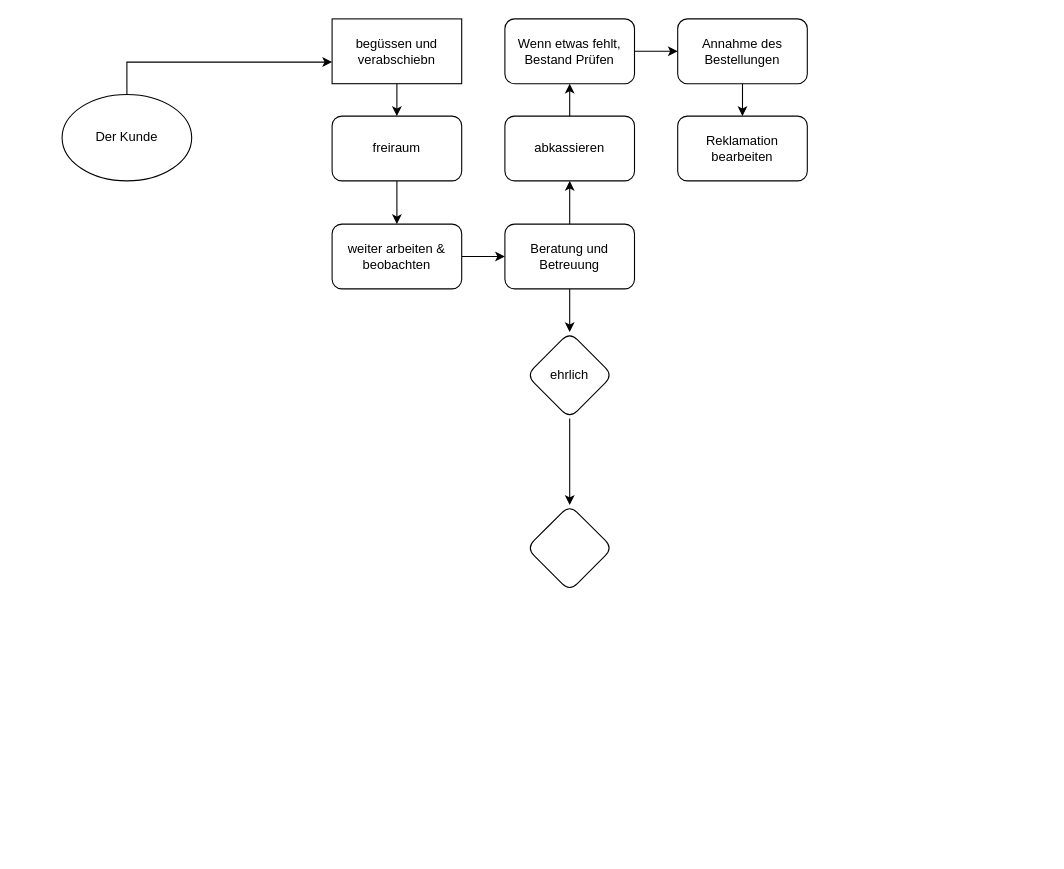
mttbas/DataStructureAlgorithm keeps this draw.io diagram as Untitled Diagram.drawio. Above is the earlier version. Source tidied: cells renumbered, new cells numbered last; positions are measured from the earlier drawing's top-left corner, leaving out a move shared by most shapes. Both pictures are drawn from the tidied source at 108%, with x=0, y=0 at pixel (62, 18).
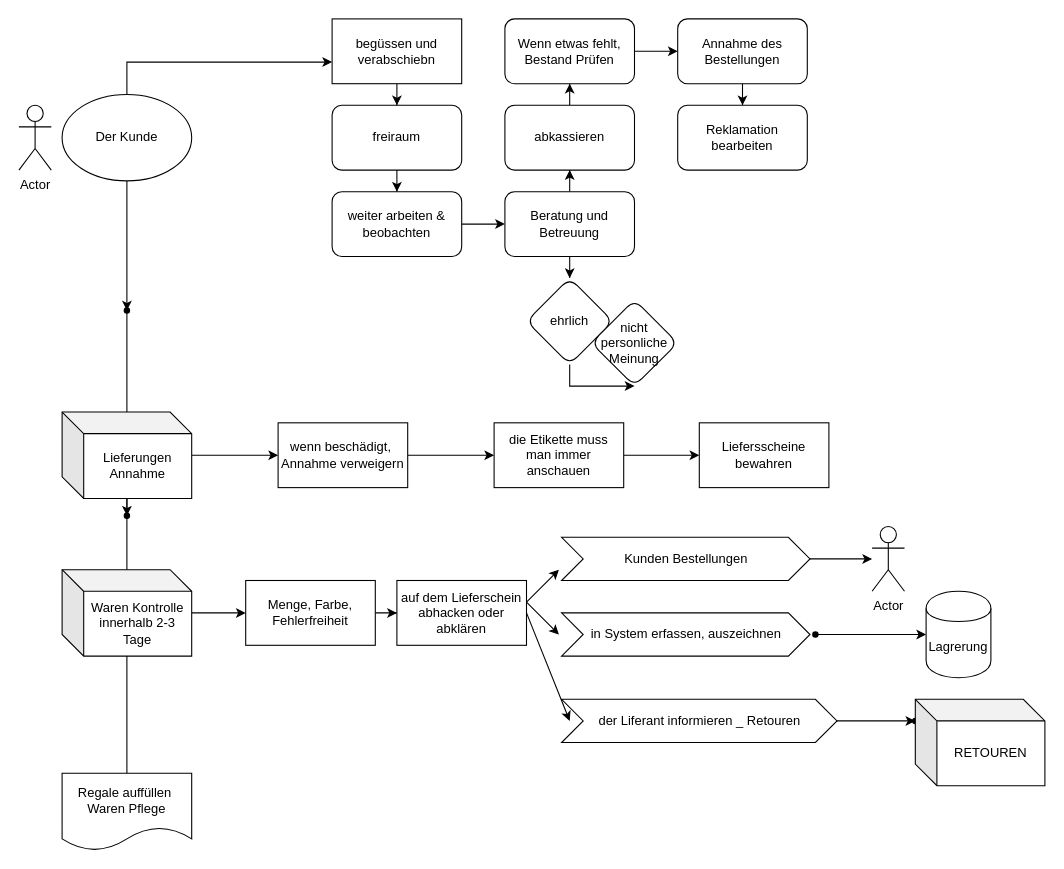
After the change.

Unchanged cells that the change refers to:
```xml
<mxCell id="3" value="Der Kunde" style="ellipse;whiteSpace=wrap;html=1;rotation=0;" parent="1" vertex="1">
  <mxGeometry y="70" width="120" height="80" as="geometry" />
</mxCell>
```

What changed in the source:
```diff
@@
+    <mxCell id="23" style="edgeStyle=orthogonalEdgeStyle;rounded=0;jettySize=auto;html=1;" parent="1" edge="1" source="3" target="28">
+      <mxGeometry relative="1" as="geometry" />
+    </mxCell>
@@
     <mxCell id="5" value="freiraum" style="rounded=1;whiteSpace=wrap;html=1;" parent="1" vertex="1">
-      <mxGeometry x="250" y="90" width="120" height="60" as="geometry" />
+      <mxGeometry x="250" y="80" width="120" height="60" as="geometry" />
     </mxCell>
@@
     <mxCell id="10" value="Beratung und&lt;br&gt;Betreuung" style="rounded=1;whiteSpace=wrap;html=1;" parent="1" vertex="1">
-      <mxGeometry x="410" y="190" width="120" height="60" as="geometry" />
+      <mxGeometry x="410" y="160" width="120" height="60" as="geometry" />
     </mxCell>
@@
     <mxCell id="12" value="abkassieren" style="rounded=1;whiteSpace=wrap;html=1;" parent="1" vertex="1">
-      <mxGeometry x="410" y="90" width="120" height="60" as="geometry" />
+      <mxGeometry x="410" y="80" width="120" height="60" as="geometry" />
     </mxCell>
@@
     <mxCell id="16" value="weiter arbeiten &amp;amp;&lt;br&gt;beobachten" style="rounded=1;whiteSpace=wrap;html=1;" parent="1" vertex="1">
-      <mxGeometry x="250" y="190" width="120" height="60" as="geometry" />
+      <mxGeometry x="250" y="160" width="120" height="60" as="geometry" />
     </mxCell>
@@
     <mxCell id="19" value="Reklamation bearbeiten" style="rounded=1;whiteSpace=wrap;html=1;" parent="1" vertex="1">
-      <mxGeometry x="570" y="90" width="120" height="60" as="geometry" />
+      <mxGeometry x="570" y="80" width="120" height="60" as="geometry" />
     </mxCell>
-    <mxCell id="20" style="edgeStyle=orthogonalEdgeStyle;rounded=0;jettySize=auto;html=1;" parent="1" edge="1" source="21" target="22">
-      <mxGeometry relative="1" as="geometry" />
-    </mxCell>
+    <mxCell id="24" style="edgeStyle=orthogonalEdgeStyle;rounded=0;jettySize=auto;html=1;" parent="1" edge="1" source="21" target="25">
+      <mxGeometry relative="1" as="geometry" />
+    </mxCell>
     <mxCell id="21" value="ehrlich" style="rhombus;whiteSpace=wrap;html=1;rounded=1;" parent="1" vertex="1">
-      <mxGeometry x="430" y="290" width="80" height="80" as="geometry" />
+      <mxGeometry x="430" y="240" width="80" height="80" as="geometry" />
     </mxCell>
-    <mxCell id="22" style="rhombus;whiteSpace=wrap;html=1;rounded=1;" parent="1" vertex="1">
-      <mxGeometry x="430" y="450" width="80" height="80" as="geometry" />
-    </mxCell>
+    <mxCell id="25" value="nicht personliche Meinung" style="rhombus;whiteSpace=wrap;html=1;rounded=1;" parent="1" vertex="1">
+      <mxGeometry x="490" y="260" width="80" height="80" as="geometry" />
+    </mxCell>
+    <mxCell id="26" value="Actor" style="shape=umlActor;verticalLabelPosition=bottom;verticalAlign=top;html=1;" parent="1" vertex="1">
+      <mxGeometry x="-40" y="80" width="30" height="60" as="geometry" />
+    </mxCell>
+    <mxCell id="27" style="edgeStyle=orthogonalEdgeStyle;rounded=0;jettySize=auto;html=1;" parent="1" edge="1" source="28" target="29">
+      <mxGeometry relative="1" as="geometry" />
+    </mxCell>
+    <mxCell id="28" style="shape=waypoint;size=6;points=[];fillColor=#ffffff;perimeter=centerPerimeter;snapToPoint=1;" parent="1" vertex="1">
+      <mxGeometry x="40" y="250" width="40" height="40" as="geometry" />
+    </mxCell>
+    <mxCell id="29" style="shape=waypoint;size=6;points=[];fillColor=#ffffff;perimeter=centerPerimeter;snapToPoint=1;" parent="1" vertex="1">
+      <mxGeometry x="40" y="440" width="40" height="40" as="geometry" />
+    </mxCell>
+    <mxCell id="30" style="edgeStyle=orthogonalEdgeStyle;rounded=0;jettySize=auto;html=1;" parent="1" edge="1" source="32" target="33">
+      <mxGeometry relative="1" as="geometry" />
+    </mxCell>
+    <mxCell id="31" style="edgeStyle=orthogonalEdgeStyle;rounded=0;jettySize=auto;html=1;" parent="1" edge="1" source="32" target="35">
+      <mxGeometry relative="1" as="geometry" />
+    </mxCell>
+    <mxCell id="32" value="Lieferungen Annahme" style="shape=cube;whiteSpace=wrap;html=1;boundedLbl=1;backgroundOutline=1;darkOpacity=0.05;darkOpacity2=0.1;" parent="1" vertex="1">
+      <mxGeometry y="364" width="120" height="80" as="geometry" />
+    </mxCell>
+    <mxCell id="33" style="shape=waypoint;size=6;points=[];fillColor=#ffffff;perimeter=centerPerimeter;snapToPoint=1;" parent="1" vertex="1">
+      <mxGeometry x="40" y="710" width="40" height="40" as="geometry" />
+    </mxCell>
+    <mxCell id="34" style="edgeStyle=orthogonalEdgeStyle;rounded=0;jettySize=auto;html=1;" parent="1" edge="1" source="35" target="37">
+      <mxGeometry relative="1" as="geometry" />
+    </mxCell>
+    <mxCell id="35" value="wenn beschädigt,&amp;nbsp;&lt;br&gt;Annahme verweigern" style="whiteSpace=wrap;html=1;" parent="1" vertex="1">
+      <mxGeometry x="200" y="374" width="120" height="60" as="geometry" />
+    </mxCell>
+    <mxCell id="36" style="edgeStyle=orthogonalEdgeStyle;rounded=0;jettySize=auto;html=1;" parent="1" edge="1" source="37" target="38">
+      <mxGeometry relative="1" as="geometry" />
+    </mxCell>
+    <mxCell id="37" value="die Etikette muss man immer anschauen" style="whiteSpace=wrap;html=1;" parent="1" vertex="1">
+      <mxGeometry x="400" y="374" width="120" height="60" as="geometry" />
+    </mxCell>
+    <mxCell id="38" value="Liefersscheine bewahren" style="whiteSpace=wrap;html=1;" parent="1" vertex="1">
+      <mxGeometry x="590" y="374" width="120" height="60" as="geometry" />
+    </mxCell>
+    <mxCell id="39" style="edgeStyle=orthogonalEdgeStyle;rounded=0;jettySize=auto;html=1;" parent="1" edge="1" source="40" target="42">
+      <mxGeometry relative="1" as="geometry" />
+    </mxCell>
+    <mxCell id="40" value="Waren Kontrolle&lt;br&gt;innerhalb 2-3 Tage" style="shape=cube;whiteSpace=wrap;html=1;boundedLbl=1;backgroundOutline=1;darkOpacity=0.05;darkOpacity2=0.1;" parent="1" vertex="1">
+      <mxGeometry y="510" width="120" height="80" as="geometry" />
+    </mxCell>
+    <mxCell id="41" style="edgeStyle=orthogonalEdgeStyle;rounded=0;jettySize=auto;html=1;" parent="1" edge="1" source="42" target="43">
+      <mxGeometry relative="1" as="geometry" />
+    </mxCell>
+    <mxCell id="42" value="Menge, Farbe, Fehlerfreiheit" style="whiteSpace=wrap;html=1;" parent="1" vertex="1">
+      <mxGeometry x="170" y="520" width="120" height="60" as="geometry" />
+    </mxCell>
+    <mxCell id="43" value="auf dem Lieferschein abhacken oder abklären" style="whiteSpace=wrap;html=1;" parent="1" vertex="1">
+      <mxGeometry x="310" y="520" width="120" height="60" as="geometry" />
+    </mxCell>
+    <mxCell id="44" style="edgeStyle=orthogonalEdgeStyle;rounded=0;jettySize=auto;html=1;" parent="1" edge="1" source="45" target="47">
+      <mxGeometry relative="1" as="geometry" />
+    </mxCell>
+    <mxCell id="45" style="shape=waypoint;size=6;points=[];fillColor=#ffffff;perimeter=centerPerimeter;snapToPoint=1;" parent="1" vertex="1">
+      <mxGeometry x="677.5" y="550" width="40" height="40" as="geometry" />
+    </mxCell>
+    <mxCell id="46" style="endArrow=classic;html=1;" parent="1" edge="1">
+      <mxGeometry relative="1" as="geometry">
+        <mxPoint x="430" y="540" as="sourcePoint" />
+        <mxPoint x="460" y="570" as="targetPoint" />
+      </mxGeometry>
+    </mxCell>
+    <mxCell id="47" value="Lagrerung" style="shape=cylinder;whiteSpace=wrap;html=1;boundedLbl=1;backgroundOutline=1;" parent="1" vertex="1">
+      <mxGeometry x="800" y="530" width="60" height="80" as="geometry" />
+    </mxCell>
+    <mxCell id="48" value="in System erfassen, auszeichnen" style="shape=step;perimeter=stepPerimeter;whiteSpace=wrap;html=1;fixedSize=1;" parent="1" vertex="1">
+      <mxGeometry x="462.5" y="550" width="230" height="40" as="geometry" />
+    </mxCell>
+    <mxCell id="49" style="endArrow=classic;html=1;" parent="1" edge="1">
+      <mxGeometry relative="1" as="geometry">
+        <mxPoint x="430" y="540" as="sourcePoint" />
+        <mxPoint x="460" y="510" as="targetPoint" />
+      </mxGeometry>
+    </mxCell>
+    <mxCell id="50" style="edgeStyle=orthogonalEdgeStyle;rounded=0;jettySize=auto;html=1;" parent="1" edge="1" source="51" target="57">
+      <mxGeometry relative="1" as="geometry" />
+    </mxCell>
+    <mxCell id="51" value="der Liferant informieren _ Retouren" style="shape=step;perimeter=stepPerimeter;whiteSpace=wrap;html=1;fixedSize=1;" parent="1" vertex="1">
+      <mxGeometry x="462.5" y="630" width="255" height="40" as="geometry" />
+    </mxCell>
+    <mxCell id="52" value="Regale auffüllen&amp;nbsp;&lt;br&gt;Waren Pflege" style="shape=document;whiteSpace=wrap;html=1;boundedLbl=1;" parent="1" vertex="1">
+      <mxGeometry y="698.5" width="120" height="71.5" as="geometry" />
+    </mxCell>
+    <mxCell id="53" style="edgeStyle=orthogonalEdgeStyle;rounded=0;jettySize=auto;html=1;" parent="1" edge="1" source="54">
+      <mxGeometry relative="1" as="geometry">
+        <mxPoint x="750" y="500" as="targetPoint" />
+      </mxGeometry>
+    </mxCell>
+    <mxCell id="54" value="Kunden Bestellungen" style="shape=step;perimeter=stepPerimeter;whiteSpace=wrap;html=1;fixedSize=1;" parent="1" vertex="1">
+      <mxGeometry x="462.5" y="480" width="230" height="40" as="geometry" />
+    </mxCell>
+    <mxCell id="55" value="Actor" style="shape=umlActor;verticalLabelPosition=bottom;verticalAlign=top;html=1;" parent="1" vertex="1">
+      <mxGeometry x="750" y="470" width="30" height="60" as="geometry" />
+    </mxCell>
+    <mxCell id="56" style="endArrow=classic;html=1;exitX=1;exitY=0.5;exitDx=0;exitDy=0;" parent="1" edge="1" source="43">
+      <mxGeometry relative="1" as="geometry">
+        <mxPoint x="470" y="650" as="targetPoint" />
+      </mxGeometry>
+    </mxCell>
+    <mxCell id="57" style="shape=waypoint;size=6;points=[];fillColor=#ffffff;perimeter=centerPerimeter;snapToPoint=1;" parent="1" vertex="1">
+      <mxGeometry x="770" y="630" width="40" height="40" as="geometry" />
+    </mxCell>
+    <mxCell id="58" value="RETOUREN" style="shape=cube;whiteSpace=wrap;html=1;boundedLbl=1;backgroundOutline=1;darkOpacity=0.05;darkOpacity2=0.1;" parent="1" vertex="1">
+      <mxGeometry x="790" y="630" width="120" height="80" as="geometry" />
+    </mxCell>
```
